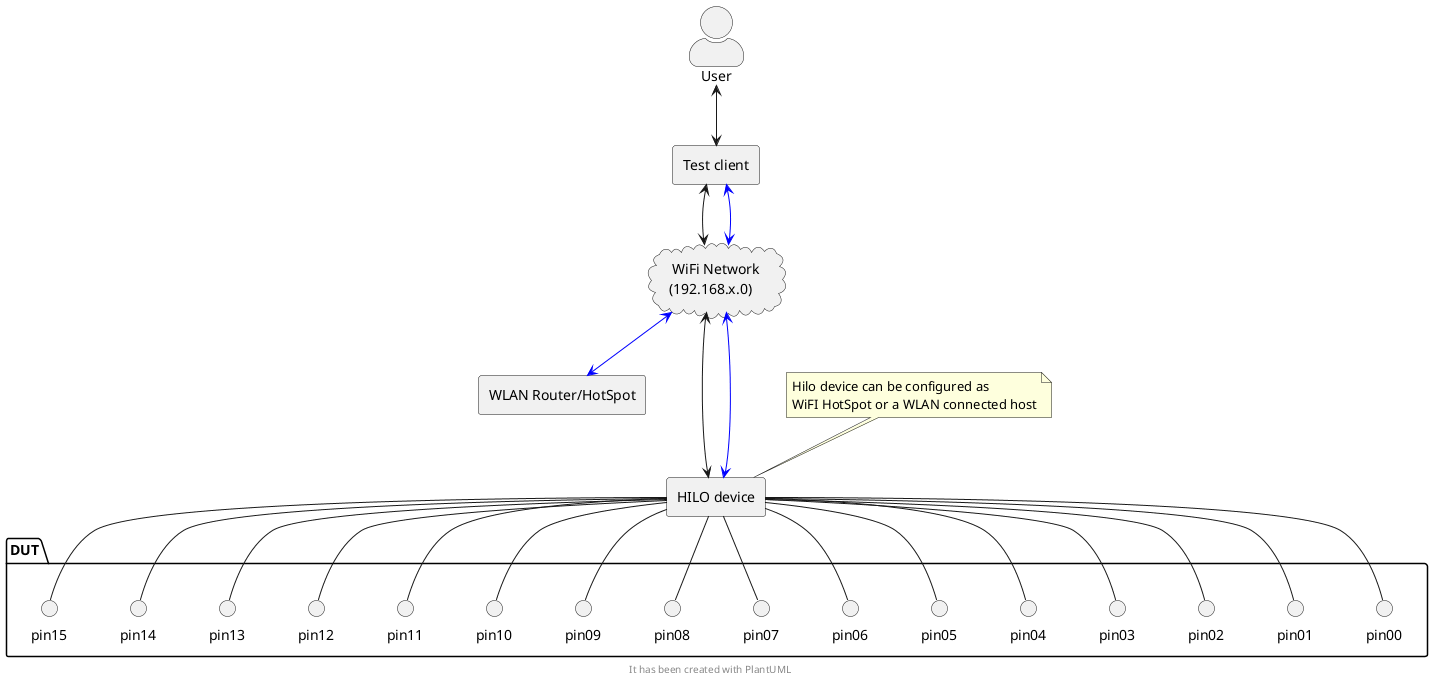
The PlantUML diagram images/overviewDiagram.png in catinella/HILO, before a commit.
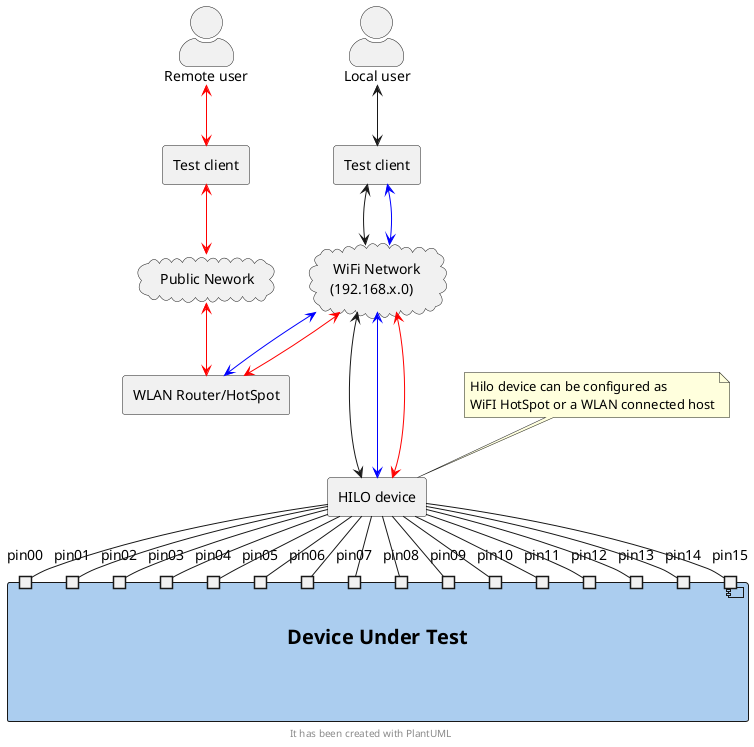
The same file after the commit.

Change to the diagram source:
```diff
@@ -1,17 +1,21 @@
 @startuml
+
 
 top to bottom direction
 skinparam actorStyle awesome
 
 footer "It has been created with PlantUML"
 
-Actor " User " as USER
+Actor " Local user "  as LUSER
+Actor " Remote user " as RUSER
 
-rectangle "Test client" as TCL
+rectangle "Test client" as TCL1
+rectangle "Test client" as TCL2
 
 rectangle "WLAN Router/HotSpot" as ROUT
 
 cloud "  WiFi Network  \n (192.168.x.0) " AS WLAN
+cloud "  Public Nework "                  AS WAN
 
 rectangle "HILO device" as HILO
 
@@ -20,31 +24,44 @@
 	WiFI HotSpot or a WLAN connected host
 end note
 
-package "DUT" as DUT {
-	circle "pin00" as DP00
-	circle "pin01" as DP01
-	circle "pin02" as DP02
-	circle "pin03" as DP03
-	circle "pin04" as DP04
-	circle "pin05" as DP05
-	circle "pin06" as DP06
-	circle "pin07" as DP07
-	circle "pin08" as DP08
-	circle "pin09" as DP09
-	circle "pin10" as DP10
-	circle "pin11" as DP11
-	circle "pin12" as DP12
-	circle "pin13" as DP13
-	circle "pin14" as DP14
-	circle "pin15" as DP15
+hide <<phisical-device>> stereotype
+
+skinparam component<<phisical-device>> {
+	BackgroundColor #aaccee
+	FontSize 20
+	FontStyle bold
 }
 
-USER <-down-> TCL
-TCL  <-down-> WLAN
-TCL  <-[#Blue]-> WLAN
-WLAN <--down-> HILO
-WLAN <-[#Blue]-> ROUT
-WLAN <-[#Blue]-> HILO
+component "\nDevice Under Test" as DUT <<phisical-device>> {
+	port "pin00" as DP00
+	port "pin01" as DP01
+	port "pin02" as DP02
+	port "pin03" as DP03
+	port "pin04" as DP04
+	port "pin05" as DP05
+	port "pin06" as DP06
+	port "pin07" as DP07
+	port "pin08" as DP08
+	port "pin09" as DP09
+	port "pin10" as DP10
+	port "pin11" as DP11
+	port "pin12" as DP12
+	port "pin13" as DP13
+	port "pin14" as DP14
+	port "pin15" as DP15
+}
+
+LUSER <-down-> TCL1
+RUSER <-[#Red]-> TCL2
+TCL1  <-down-> WLAN
+TCL1  <-[#Blue]-> WLAN
+TCL2  <-[#Red]-> WAN
+WLAN  <--down-> HILO
+WLAN  <-[#Blue]-> ROUT
+WAN   <-[#Red]-> ROUT
+WLAN  <-[#Red]-> ROUT
+WLAN  <-[#Blue]-> HILO
+WLAN  <-[#Red]-> HILO
 
 HILO -down- DP00
 HILO -down- DP01
```
